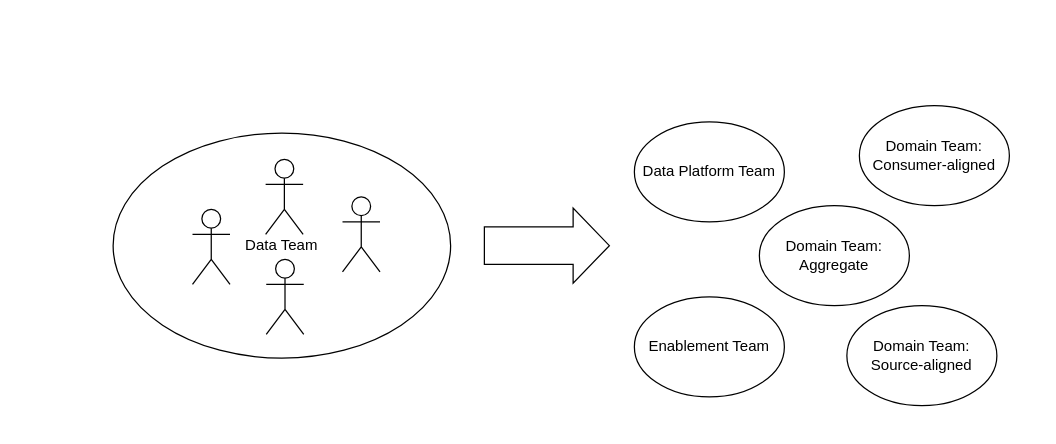
Above: diagrams/datateamjourney.drawio in datamesh-architecture/datamesh-architecture.com (draw.io), before the change. Source tidied: cells renumbered, new cells numbered last; positions are measured from the earlier drawing's top-left corner, leaving out a move shared by most shapes. Both pictures are drawn from the tidied source at 125%, with x=0, y=0 at pixel (112, 105).
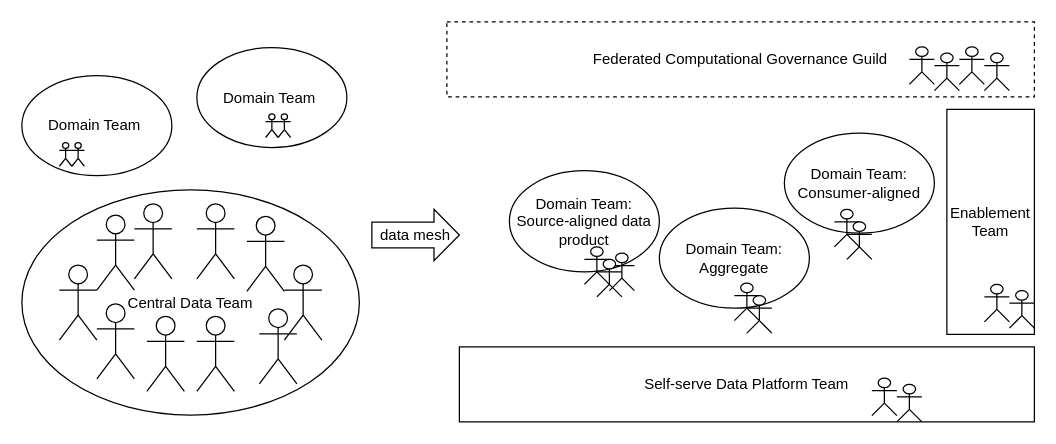
Above is the later version.

The edit, as a diff of the source:
```diff
@@
-    <mxCell id="2" value="Data Team" style="ellipse;whiteSpace=wrap;html=1;" parent="1" vertex="1">
-      <mxGeometry y="22" width="270" height="180" as="geometry" />
+    <mxCell id="2" value="Central Data Team" style="ellipse;whiteSpace=wrap;html=1;" parent="1" vertex="1">
+      <mxGeometry x="-73" y="67.5" width="270" height="180" as="geometry" />
     </mxCell>
     <mxCell id="3" value="Domain Team:&lt;br&gt;Consumer-aligned" style="ellipse;whiteSpace=wrap;html=1;" parent="1" vertex="1">
-      <mxGeometry x="597" width="120" height="80" as="geometry" />
+      <mxGeometry x="537" y="22" width="120" height="80" as="geometry" />
     </mxCell>
     <mxCell id="4" value="Domain Team:&lt;br&gt;Aggregate" style="ellipse;whiteSpace=wrap;html=1;" parent="1" vertex="1">
-      <mxGeometry x="517" y="80" width="120" height="80" as="geometry" />
+      <mxGeometry x="437" y="82" width="120" height="80" as="geometry" />
     </mxCell>
-    <mxCell id="5" value="Domain Team:&lt;br&gt;Source-aligned" style="ellipse;whiteSpace=wrap;html=1;" parent="1" vertex="1">
-      <mxGeometry x="587" y="160" width="120" height="80" as="geometry" />
+    <mxCell id="5" value="Domain Team:&lt;br&gt;Source-aligned data product" style="ellipse;whiteSpace=wrap;html=1;" parent="1" vertex="1">
+      <mxGeometry x="317" y="52" width="120" height="81" as="geometry" />
     </mxCell>
-    <mxCell id="6" value="Data Platform Team" style="ellipse;whiteSpace=wrap;html=1;" parent="1" vertex="1">
-      <mxGeometry x="417" y="13" width="120" height="80" as="geometry" />
-    </mxCell>
-    <mxCell id="7" value="Enablement Team" style="ellipse;whiteSpace=wrap;html=1;" parent="1" vertex="1">
-      <mxGeometry x="417" y="153" width="120" height="80" as="geometry" />
-    </mxCell>
     <mxCell id="8" style="shape=umlActor;verticalLabelPosition=bottom;verticalAlign=top;html=1;" parent="1" vertex="1">
-      <mxGeometry x="63.5" y="83" width="30" height="60" as="geometry" />
+      <mxGeometry x="-43" y="127.5" width="30" height="60" as="geometry" />
     </mxCell>
     <mxCell id="9" style="shape=umlActor;verticalLabelPosition=bottom;verticalAlign=top;html=1;" parent="1" vertex="1">
-      <mxGeometry x="183.5" y="73" width="30" height="60" as="geometry" />
+      <mxGeometry x="107" y="88.5" width="30" height="60" as="geometry" />
     </mxCell>
     <mxCell id="10" style="shape=umlActor;verticalLabelPosition=bottom;verticalAlign=top;html=1;" parent="1" vertex="1">
-      <mxGeometry x="122" y="43" width="30" height="60" as="geometry" />
+      <mxGeometry x="17" y="78.5" width="30" height="60" as="geometry" />
     </mxCell>
     <mxCell id="11" style="shape=umlActor;verticalLabelPosition=bottom;verticalAlign=top;html=1;" parent="1" vertex="1">
-      <mxGeometry x="122.5" y="123" width="30" height="60" as="geometry" />
+      <mxGeometry x="67" y="168.5" width="30" height="60" as="geometry" />
     </mxCell>
-    <mxCell id="12" style="shape=singleArrow;whiteSpace=wrap;html=1;arrowWidth=0.5;arrowSize=0.29;" parent="1" vertex="1">
-      <mxGeometry x="297" y="82" width="100" height="60" as="geometry" />
+    <mxCell id="12" value="data mesh" style="shape=singleArrow;whiteSpace=wrap;html=1;arrowWidth=0.5;arrowSize=0.29;" parent="1" vertex="1">
+      <mxGeometry x="207" y="83" width="70" height="41" as="geometry" />
     </mxCell>
+    <mxCell id="13" value="Self-serve Data Platform Team" style="rounded=0;whiteSpace=wrap;html=1;" parent="1" vertex="1">
+      <mxGeometry x="277" y="193" width="460" height="60" as="geometry" />
+    </mxCell>
+    <mxCell id="7" value="Enablement Team" style="rounded=0;whiteSpace=wrap;html=1;" parent="1" vertex="1">
+      <mxGeometry x="667" y="3" width="70" height="180" as="geometry" />
+    </mxCell>
+    <mxCell id="14" value="Federated Computational Governance Guild" style="rounded=0;whiteSpace=wrap;html=1;dashed=1;" parent="1" vertex="1">
+      <mxGeometry x="267" y="-67" width="470" height="60" as="geometry" />
+    </mxCell>
+    <mxCell id="15" style="group;" parent="1" vertex="1">
+      <mxGeometry x="637" y="-47" width="40" height="35" as="geometry" />
+    </mxCell>
+    <mxCell id="16" style="shape=umlActor;verticalLabelPosition=bottom;verticalAlign=top;html=1;" parent="15" vertex="1">
+      <mxGeometry x="20" y="5" width="20" height="30" as="geometry" />
+    </mxCell>
+    <mxCell id="17" style="shape=umlActor;verticalLabelPosition=bottom;verticalAlign=top;html=1;" parent="15" vertex="1">
+      <mxGeometry width="20" height="30" as="geometry" />
+    </mxCell>
+    <mxCell id="18" style="group;" parent="1" vertex="1">
+      <mxGeometry x="607" y="218" width="40" height="35" as="geometry" />
+    </mxCell>
+    <mxCell id="19" style="shape=umlActor;verticalLabelPosition=bottom;verticalAlign=top;html=1;" parent="18" vertex="1">
+      <mxGeometry x="20" y="5" width="20" height="30" as="geometry" />
+    </mxCell>
+    <mxCell id="20" style="shape=umlActor;verticalLabelPosition=bottom;verticalAlign=top;html=1;" parent="18" vertex="1">
+      <mxGeometry width="20" height="30" as="geometry" />
+    </mxCell>
+    <mxCell id="21" style="group;" parent="1" vertex="1">
+      <mxGeometry x="577" y="83" width="40" height="35" as="geometry" />
+    </mxCell>
+    <mxCell id="22" style="shape=umlActor;verticalLabelPosition=bottom;verticalAlign=top;html=1;" parent="21" vertex="1">
+      <mxGeometry width="20" height="30" as="geometry" />
+    </mxCell>
+    <mxCell id="23" style="shape=umlActor;verticalLabelPosition=bottom;verticalAlign=top;html=1;" parent="21" vertex="1">
+      <mxGeometry x="10" y="10" width="20" height="30" as="geometry" />
+    </mxCell>
+    <mxCell id="24" style="group;" parent="1" vertex="1">
+      <mxGeometry x="677" y="-47" width="40" height="35" as="geometry" />
+    </mxCell>
+    <mxCell id="25" style="shape=umlActor;verticalLabelPosition=bottom;verticalAlign=top;html=1;" parent="24" vertex="1">
+      <mxGeometry x="20" y="5" width="20" height="30" as="geometry" />
+    </mxCell>
+    <mxCell id="26" style="shape=umlActor;verticalLabelPosition=bottom;verticalAlign=top;html=1;" parent="24" vertex="1">
+      <mxGeometry width="20" height="30" as="geometry" />
+    </mxCell>
+    <mxCell id="27" style="group;" parent="1" vertex="1">
+      <mxGeometry x="697" y="143" width="40" height="35" as="geometry" />
+    </mxCell>
+    <mxCell id="28" style="shape=umlActor;verticalLabelPosition=bottom;verticalAlign=top;html=1;" parent="27" vertex="1">
+      <mxGeometry x="20" y="5" width="20" height="30" as="geometry" />
+    </mxCell>
+    <mxCell id="29" style="shape=umlActor;verticalLabelPosition=bottom;verticalAlign=top;html=1;" parent="27" vertex="1">
+      <mxGeometry width="20" height="30" as="geometry" />
+    </mxCell>
+    <mxCell id="30" style="group;" parent="1" vertex="1">
+      <mxGeometry x="497" y="142" width="40" height="35" as="geometry" />
+    </mxCell>
+    <mxCell id="31" style="shape=umlActor;verticalLabelPosition=bottom;verticalAlign=top;html=1;" parent="30" vertex="1">
+      <mxGeometry width="20" height="30" as="geometry" />
+    </mxCell>
+    <mxCell id="32" style="shape=umlActor;verticalLabelPosition=bottom;verticalAlign=top;html=1;" parent="30" vertex="1">
+      <mxGeometry x="10" y="10" width="20" height="30" as="geometry" />
+    </mxCell>
+    <mxCell id="33" style="group;" parent="1" vertex="1">
+      <mxGeometry x="377" y="113" width="40" height="35" as="geometry" />
+    </mxCell>
+    <mxCell id="34" style="shape=umlActor;verticalLabelPosition=bottom;verticalAlign=top;html=1;" parent="33" vertex="1">
+      <mxGeometry x="20" y="5" width="20" height="30" as="geometry" />
+    </mxCell>
+    <mxCell id="35" style="shape=umlActor;verticalLabelPosition=bottom;verticalAlign=top;html=1;" parent="33" vertex="1">
+      <mxGeometry width="20" height="30" as="geometry" />
+    </mxCell>
+    <mxCell id="36" style="shape=umlActor;verticalLabelPosition=bottom;verticalAlign=top;html=1;" parent="33" vertex="1">
+      <mxGeometry x="10" y="10" width="20" height="30" as="geometry" />
+    </mxCell>
+    <mxCell id="37" style="shape=umlActor;verticalLabelPosition=bottom;verticalAlign=top;html=1;" parent="1" vertex="1">
+      <mxGeometry x="-13" y="158.5" width="30" height="60" as="geometry" />
+    </mxCell>
+    <mxCell id="38" style="shape=umlActor;verticalLabelPosition=bottom;verticalAlign=top;html=1;" parent="1" vertex="1">
+      <mxGeometry x="27" y="168.5" width="30" height="60" as="geometry" />
+    </mxCell>
+    <mxCell id="39" style="shape=umlActor;verticalLabelPosition=bottom;verticalAlign=top;html=1;" parent="1" vertex="1">
+      <mxGeometry x="117" y="162.5" width="30" height="60" as="geometry" />
+    </mxCell>
+    <mxCell id="40" style="shape=umlActor;verticalLabelPosition=bottom;verticalAlign=top;html=1;" parent="1" vertex="1">
+      <mxGeometry x="67" y="78.5" width="30" height="60" as="geometry" />
+    </mxCell>
+    <mxCell id="41" style="shape=umlActor;verticalLabelPosition=bottom;verticalAlign=top;html=1;" parent="1" vertex="1">
+      <mxGeometry x="-13" y="87.5" width="30" height="60" as="geometry" />
+    </mxCell>
+    <mxCell id="42" style="shape=umlActor;verticalLabelPosition=bottom;verticalAlign=top;html=1;" parent="1" vertex="1">
+      <mxGeometry x="137" y="127.5" width="30" height="60" as="geometry" />
+    </mxCell>
+    <mxCell id="43" value="Domain Team&amp;nbsp;" style="ellipse;whiteSpace=wrap;html=1;" parent="1" vertex="1">
+      <mxGeometry x="-73" y="-24" width="120" height="80" as="geometry" />
+    </mxCell>
+    <mxCell id="44" value="Domain Team&amp;nbsp;" style="ellipse;whiteSpace=wrap;html=1;" parent="1" vertex="1">
+      <mxGeometry x="67" y="-46.5" width="120" height="80" as="geometry" />
+    </mxCell>
+    <mxCell id="45" style="group;" parent="1" vertex="1">
+      <mxGeometry x="-43" y="29.5" width="20" height="19" as="geometry" />
+    </mxCell>
+    <mxCell id="46" style="shape=umlActor;verticalLabelPosition=bottom;verticalAlign=top;html=1;" parent="45" vertex="1">
+      <mxGeometry width="10" height="19" as="geometry" />
+    </mxCell>
+    <mxCell id="47" style="shape=umlActor;verticalLabelPosition=bottom;verticalAlign=top;html=1;" parent="45" vertex="1">
+      <mxGeometry x="10" width="10" height="19" as="geometry" />
+    </mxCell>
+    <mxCell id="48" style="group;" parent="1" vertex="1">
+      <mxGeometry x="122" y="6.5" width="20" height="19" as="geometry" />
+    </mxCell>
+    <mxCell id="49" style="shape=umlActor;verticalLabelPosition=bottom;verticalAlign=top;html=1;" parent="48" vertex="1">
+      <mxGeometry width="10" height="19" as="geometry" />
+    </mxCell>
+    <mxCell id="50" style="shape=umlActor;verticalLabelPosition=bottom;verticalAlign=top;html=1;" parent="48" vertex="1">
+      <mxGeometry x="10" width="10" height="19" as="geometry" />
+    </mxCell>
```
